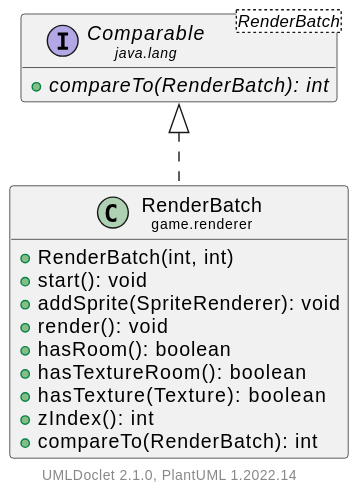
Hirschiii/JavaGameEngine keeps this PlantUML diagram as doc/javadoc/game/renderer/RenderBatch.svg. Above is the earlier version. The source it was exported from:
```plantuml
@startuml
    set namespaceSeparator none
    hide empty fields
    hide empty methods

    class "<size:14>RenderBatch\n<size:10>game.renderer" as game.renderer.RenderBatch [[RenderBatch.html]] {
        +RenderBatch(int, int)
        +start(): void
        +addSprite(SpriteRenderer): void
        +render(): void
        +hasRoom(): boolean
        +hasTextureRoom(): boolean
        +hasTexture(Texture): boolean
        +zIndex(): int
        +compareTo(RenderBatch): int
    }

    interface "<size:14>Comparable\n<size:10>java.lang" as java.lang.Comparable<RenderBatch> {
        {abstract} +compareTo(RenderBatch): int
    }

    java.lang.Comparable <|.. game.renderer.RenderBatch

    center footer UMLDoclet 2.1.0, PlantUML %version()
@enduml
```
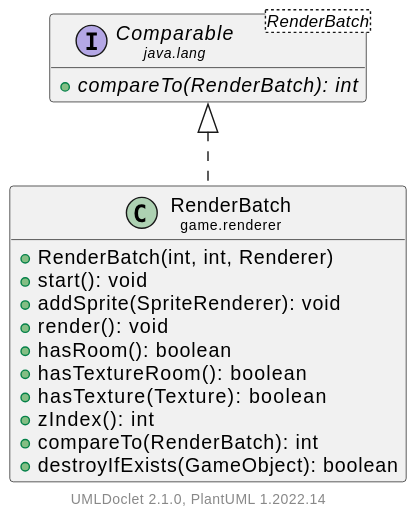
After the change.

What changed in the source:
```diff
@@ -4,7 +4,7 @@
     hide empty methods
 
     class "<size:14>RenderBatch\n<size:10>game.renderer" as game.renderer.RenderBatch [[RenderBatch.html]] {
-        +RenderBatch(int, int)
+        +RenderBatch(int, int, Renderer)
         +start(): void
         +addSprite(SpriteRenderer): void
         +render(): void
@@ -13,6 +13,7 @@
         +hasTexture(Texture): boolean
         +zIndex(): int
         +compareTo(RenderBatch): int
+        +destroyIfExists(GameObject): boolean
     }
 
     interface "<size:14>Comparable\n<size:10>java.lang" as java.lang.Comparable<RenderBatch> {
```
